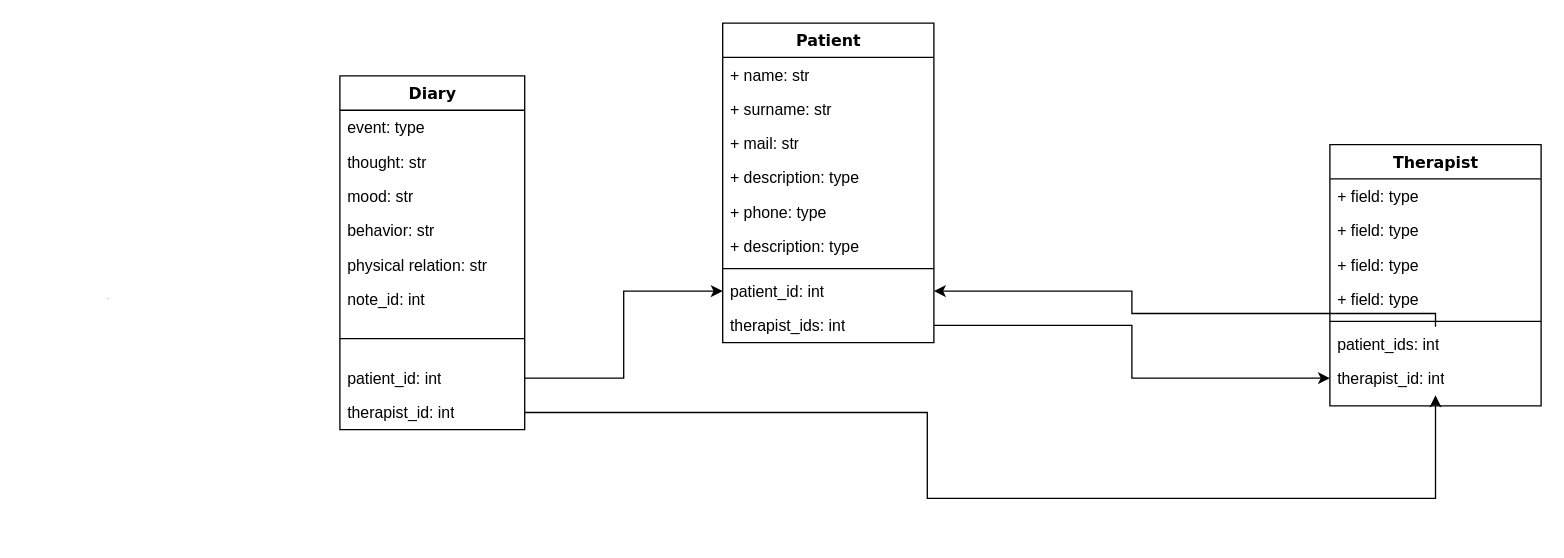
This is Untitled Diagram.drawio from DmitryKutsev/mood-diary, a draw.io file, before an edit. Source tidied: cells renumbered, new cells numbered last; positions are measured from the earlier drawing's top-left corner, leaving out a move shared by most shapes. Both pictures are drawn from the tidied source at 132%, with x=0, y=0 at pixel (62, 22).
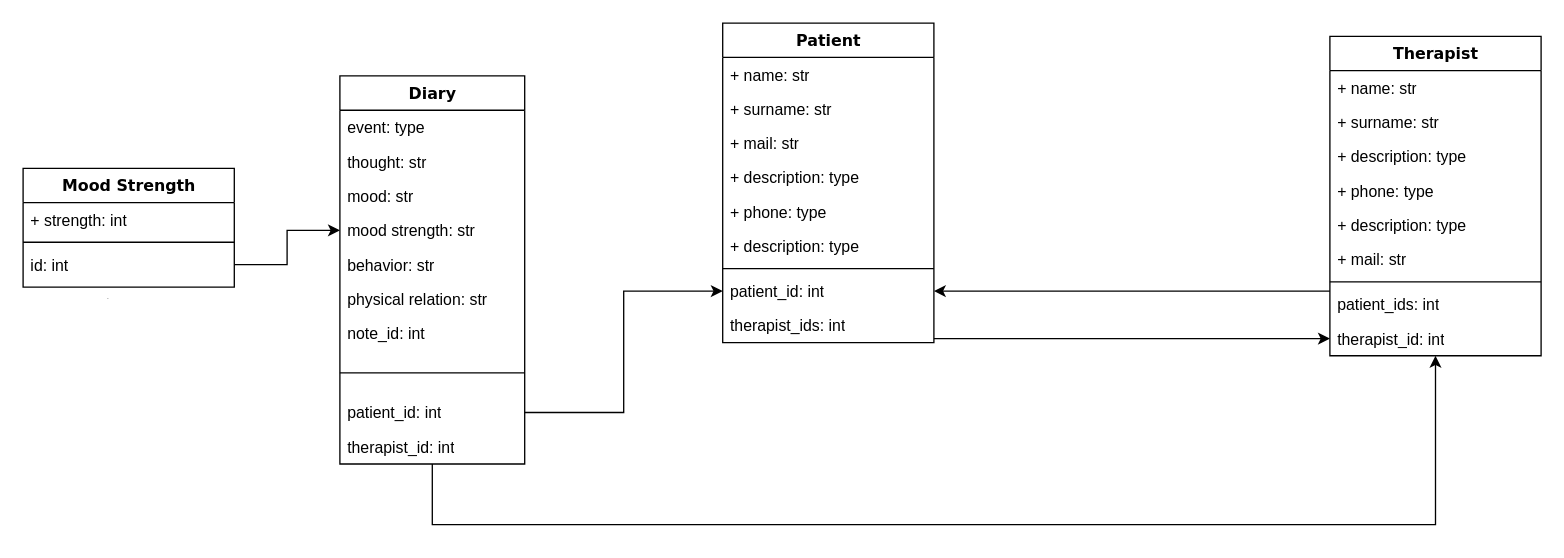
The same page after the edit.

The change refers to these unchanged cells:
```xml
<mxCell id="20" value="patient_id: int" style="text;html=1;strokeColor=none;fillColor=none;align=left;verticalAlign=top;spacingLeft=4;spacingRight=4;whiteSpace=wrap;overflow=hidden;points=[[0,0.5],[1,0.5]];portConstraint=eastwest;" parent="12" vertex="1">
  <mxGeometry y="190" width="160" height="26" as="geometry" />
</mxCell>
<mxCell id="21" value="therapist_ids: int" style="text;html=1;strokeColor=none;fillColor=none;align=left;verticalAlign=top;spacingLeft=4;spacingRight=4;whiteSpace=wrap;overflow=hidden;points=[[0,0.5],[1,0.5]];portConstraint=eastwest;" parent="12" vertex="1">
  <mxGeometry y="216" width="160" height="26" as="geometry" />
</mxCell>
```

Diff of the diagram source:
```diff
@@
     <mxCell id="2" value="Diary" style="swimlane;html=1;fontStyle=1;align=center;verticalAlign=top;horizontal=1;startSize=26;swimlaneFillColor=#ffffff;rounded=0;shadow=0;comic=0;labelBackgroundColor=none;strokeWidth=1;fillColor=none;fontFamily=Verdana;fontSize=12;" parent="1" vertex="1">
-      <mxGeometry x="210" y="40" width="140" height="268" as="geometry" />
+      <mxGeometry x="210" y="40" width="140" height="294" as="geometry" />
     </mxCell>
@@
+    <mxCell id="35" value="mood strength: str" style="text;html=1;strokeColor=none;fillColor=none;align=left;verticalAlign=top;spacingLeft=4;spacingRight=4;whiteSpace=wrap;overflow=hidden;points=[[0,0.5],[1,0.5]];portConstraint=eastwest;" parent="2" vertex="1">
+      <mxGeometry y="104" width="140" height="26" as="geometry" />
+    </mxCell>
     <mxCell id="6" value="behavior: str" style="text;html=1;strokeColor=none;fillColor=none;align=left;verticalAlign=top;spacingLeft=4;spacingRight=4;whiteSpace=wrap;overflow=hidden;" parent="2" vertex="1">
-      <mxGeometry y="104" width="140" height="26" as="geometry" />
+      <mxGeometry y="130" width="140" height="26" as="geometry" />
     </mxCell>
     <mxCell id="7" value="physical relation: str" style="text;html=1;strokeColor=none;fillColor=none;align=left;verticalAlign=top;spacingLeft=4;spacingRight=4;whiteSpace=wrap;overflow=hidden;" parent="2" vertex="1">
-      <mxGeometry y="130" width="140" height="26" as="geometry" />
+      <mxGeometry y="156" width="140" height="26" as="geometry" />
     </mxCell>
     <mxCell id="8" value="note_id: int" style="text;html=1;strokeColor=none;fillColor=none;align=left;verticalAlign=top;spacingLeft=4;spacingRight=4;whiteSpace=wrap;overflow=hidden;" parent="2" vertex="1">
-      <mxGeometry y="156" width="140" height="26" as="geometry" />
+      <mxGeometry y="182" width="140" height="26" as="geometry" />
     </mxCell>
     <mxCell id="9" style="line;html=1;strokeWidth=1;fillColor=none;align=left;verticalAlign=middle;spacingTop=-1;spacingLeft=3;spacingRight=3;labelPosition=right;" parent="2" vertex="1">
-      <mxGeometry y="182" width="140" height="34" as="geometry" />
+      <mxGeometry y="208" width="140" height="34" as="geometry" />
     </mxCell>
     <mxCell id="10" value="patient_id: int" style="text;html=1;strokeColor=none;fillColor=none;align=left;verticalAlign=top;spacingLeft=4;spacingRight=4;whiteSpace=wrap;overflow=hidden;points=[[0,0.5],[1,0.5]];portConstraint=eastwest;" parent="2" vertex="1">
-      <mxGeometry y="216" width="140" height="26" as="geometry" />
+      <mxGeometry y="242" width="140" height="26" as="geometry" />
     </mxCell>
     <mxCell id="11" value="therapist_id: int" style="text;html=1;strokeColor=none;fillColor=none;align=left;verticalAlign=top;spacingLeft=4;spacingRight=4;whiteSpace=wrap;overflow=hidden;points=[[0,0.5],[1,0.5]];portConstraint=eastwest;" parent="2" vertex="1">
-      <mxGeometry y="242" width="140" height="26" as="geometry" />
+      <mxGeometry y="268" width="140" height="26" as="geometry" />
     </mxCell>
@@
     <mxCell id="22" value="Therapist" style="swimlane;html=1;fontStyle=1;align=center;verticalAlign=top;horizontal=1;startSize=26;swimlaneFillColor=#ffffff;rounded=0;shadow=0;comic=0;labelBackgroundColor=none;strokeWidth=1;fillColor=none;fontFamily=Verdana;fontSize=12;" parent="1" vertex="1">
-      <mxGeometry x="960" y="92" width="160" height="198" as="geometry" />
+      <mxGeometry x="960" y="10" width="160" height="242" as="geometry" />
     </mxCell>
-    <mxCell id="23" value="+ field: type" style="text;html=1;strokeColor=none;fillColor=none;align=left;verticalAlign=top;spacingLeft=4;spacingRight=4;whiteSpace=wrap;overflow=hidden;" parent="22" vertex="1">
-      <mxGeometry y="26" width="160" height="26" as="geometry" />
-    </mxCell>
-    <mxCell id="24" value="+ field: type" style="text;html=1;strokeColor=none;fillColor=none;align=left;verticalAlign=top;spacingLeft=4;spacingRight=4;whiteSpace=wrap;overflow=hidden;" parent="22" vertex="1">
-      <mxGeometry y="52" width="160" height="26" as="geometry" />
-    </mxCell>
-    <mxCell id="25" value="+ field: type" style="text;html=1;strokeColor=none;fillColor=none;align=left;verticalAlign=top;spacingLeft=4;spacingRight=4;whiteSpace=wrap;overflow=hidden;" parent="22" vertex="1">
-      <mxGeometry y="78" width="160" height="26" as="geometry" />
-    </mxCell>
-    <mxCell id="26" value="+ field: type" style="text;html=1;strokeColor=none;fillColor=none;align=left;verticalAlign=top;spacingLeft=4;spacingRight=4;whiteSpace=wrap;overflow=hidden;" parent="22" vertex="1">
-      <mxGeometry y="104" width="160" height="26" as="geometry" />
-    </mxCell>
+    <mxCell id="36" value="+ name: str" style="text;html=1;strokeColor=none;fillColor=none;align=left;verticalAlign=top;spacingLeft=4;spacingRight=4;whiteSpace=wrap;overflow=hidden;" parent="22" vertex="1">
+      <mxGeometry y="26" width="160" height="26" as="geometry" />
+    </mxCell>
+    <mxCell id="37" value="+ surname: str" style="text;html=1;strokeColor=none;fillColor=none;align=left;verticalAlign=top;spacingLeft=4;spacingRight=4;whiteSpace=wrap;overflow=hidden;" parent="22" vertex="1">
+      <mxGeometry y="52" width="160" height="26" as="geometry" />
+    </mxCell>
+    <mxCell id="38" value="+ description: type" style="text;html=1;strokeColor=none;fillColor=none;align=left;verticalAlign=top;spacingLeft=4;spacingRight=4;whiteSpace=wrap;overflow=hidden;" parent="22" vertex="1">
+      <mxGeometry y="78" width="160" height="26" as="geometry" />
+    </mxCell>
+    <mxCell id="39" value="+ phone: type" style="text;html=1;strokeColor=none;fillColor=none;align=left;verticalAlign=top;spacingLeft=4;spacingRight=4;whiteSpace=wrap;overflow=hidden;" parent="22" vertex="1">
+      <mxGeometry y="104" width="160" height="26" as="geometry" />
+    </mxCell>
+    <mxCell id="40" value="+ description: type" style="text;html=1;strokeColor=none;fillColor=none;align=left;verticalAlign=top;spacingLeft=4;spacingRight=4;whiteSpace=wrap;overflow=hidden;" parent="22" vertex="1">
+      <mxGeometry y="130" width="160" height="26" as="geometry" />
+    </mxCell>
+    <mxCell id="41" value="+ mail: str" style="text;html=1;strokeColor=none;fillColor=none;align=left;verticalAlign=top;spacingLeft=4;spacingRight=4;whiteSpace=wrap;overflow=hidden;" parent="22" vertex="1">
+      <mxGeometry y="156" width="160" height="26" as="geometry" />
+    </mxCell>
     <mxCell id="27" style="line;html=1;strokeWidth=1;fillColor=none;align=left;verticalAlign=middle;spacingTop=-1;spacingLeft=3;spacingRight=3;labelPosition=right;" parent="22" vertex="1">
-      <mxGeometry y="130" width="160" height="8" as="geometry" />
+      <mxGeometry y="182" width="160" height="8" as="geometry" />
     </mxCell>
     <mxCell id="28" value="patient_ids: int" style="text;html=1;strokeColor=none;fillColor=none;align=left;verticalAlign=top;spacingLeft=4;spacingRight=4;whiteSpace=wrap;overflow=hidden;points=[[0,0.5],[1,0.5]];portConstraint=eastwest;" parent="22" vertex="1">
-      <mxGeometry y="138" width="160" height="26" as="geometry" />
+      <mxGeometry y="190" width="160" height="26" as="geometry" />
     </mxCell>
     <mxCell id="29" value="therapist_id: int" style="text;html=1;strokeColor=none;fillColor=none;align=left;verticalAlign=top;spacingLeft=4;spacingRight=4;whiteSpace=wrap;overflow=hidden;points=[[0,0.5],[1,0.5]];portConstraint=eastwest;" parent="22" vertex="1">
-      <mxGeometry y="164" width="160" height="26" as="geometry" />
+      <mxGeometry y="216" width="160" height="26" as="geometry" />
     </mxCell>
@@
     <mxCell id="31" style="edgeStyle=orthogonalEdgeStyle;rounded=0;jettySize=auto;html=1;" parent="1" edge="1" source="21" target="29">
-      <mxGeometry relative="1" as="geometry" />
+      <mxGeometry relative="1" as="geometry">
+        <Array as="points">
+          <mxPoint x="780" y="239" />
+          <mxPoint x="780" y="239" />
+        </Array>
+      </mxGeometry>
     </mxCell>
@@
     <mxCell id="33" style="edgeStyle=orthogonalEdgeStyle;rounded=0;jettySize=auto;html=1;" parent="1" edge="1" source="28" target="20">
       <mxGeometry relative="1" as="geometry">
         <Array as="points">
-          <mxPoint x="1040" y="220" />
-          <mxPoint x="810" y="220" />
-          <mxPoint x="810" y="203" />
+          <mxPoint x="830" y="203" />
+          <mxPoint x="830" y="203" />
         </Array>
       </mxGeometry>
     </mxCell>
     <mxCell id="34" style="edgeStyle=orthogonalEdgeStyle;rounded=0;jettySize=auto;html=1;" parent="1" edge="1" source="11" target="29">
       <mxGeometry relative="1" as="geometry">
         <Array as="points">
-          <mxPoint x="655" y="295" />
-          <mxPoint x="655" y="360" />
-          <mxPoint x="1040" y="360" />
+          <mxPoint x="280" y="380" />
+          <mxPoint x="1040" y="380" />
         </Array>
       </mxGeometry>
     </mxCell>
+    <mxCell id="42" value="Mood Strength" style="swimlane;html=1;fontStyle=1;align=center;verticalAlign=top;horizontal=1;startSize=26;swimlaneFillColor=#ffffff;rounded=0;shadow=0;comic=0;labelBackgroundColor=none;strokeWidth=1;fillColor=none;fontFamily=Verdana;fontSize=12;" parent="1" vertex="1">
+      <mxGeometry x="-30" y="110" width="160" height="90" as="geometry" />
+    </mxCell>
+    <mxCell id="43" value="+ strength: int" style="text;html=1;strokeColor=none;fillColor=none;align=left;verticalAlign=top;spacingLeft=4;spacingRight=4;whiteSpace=wrap;overflow=hidden;" parent="42" vertex="1">
+      <mxGeometry y="26" width="160" height="26" as="geometry" />
+    </mxCell>
+    <mxCell id="44" style="line;html=1;strokeWidth=1;fillColor=none;align=left;verticalAlign=middle;spacingTop=-1;spacingLeft=3;spacingRight=3;labelPosition=right;" parent="42" vertex="1">
+      <mxGeometry y="52" width="160" height="8" as="geometry" />
+    </mxCell>
+    <mxCell id="45" value="id: int" style="text;html=1;strokeColor=none;fillColor=none;align=left;verticalAlign=top;spacingLeft=4;spacingRight=4;whiteSpace=wrap;overflow=hidden;points=[[0,0.5],[1,0.5]];portConstraint=eastwest;" parent="42" vertex="1">
+      <mxGeometry y="60" width="160" height="26" as="geometry" />
+    </mxCell>
+    <mxCell id="46" style="edgeStyle=orthogonalEdgeStyle;rounded=0;jettySize=auto;html=1;entryX=0;entryY=0.5;entryDx=0;entryDy=0;" parent="1" edge="1" source="45" target="35">
+      <mxGeometry relative="1" as="geometry" />
+    </mxCell>
```
